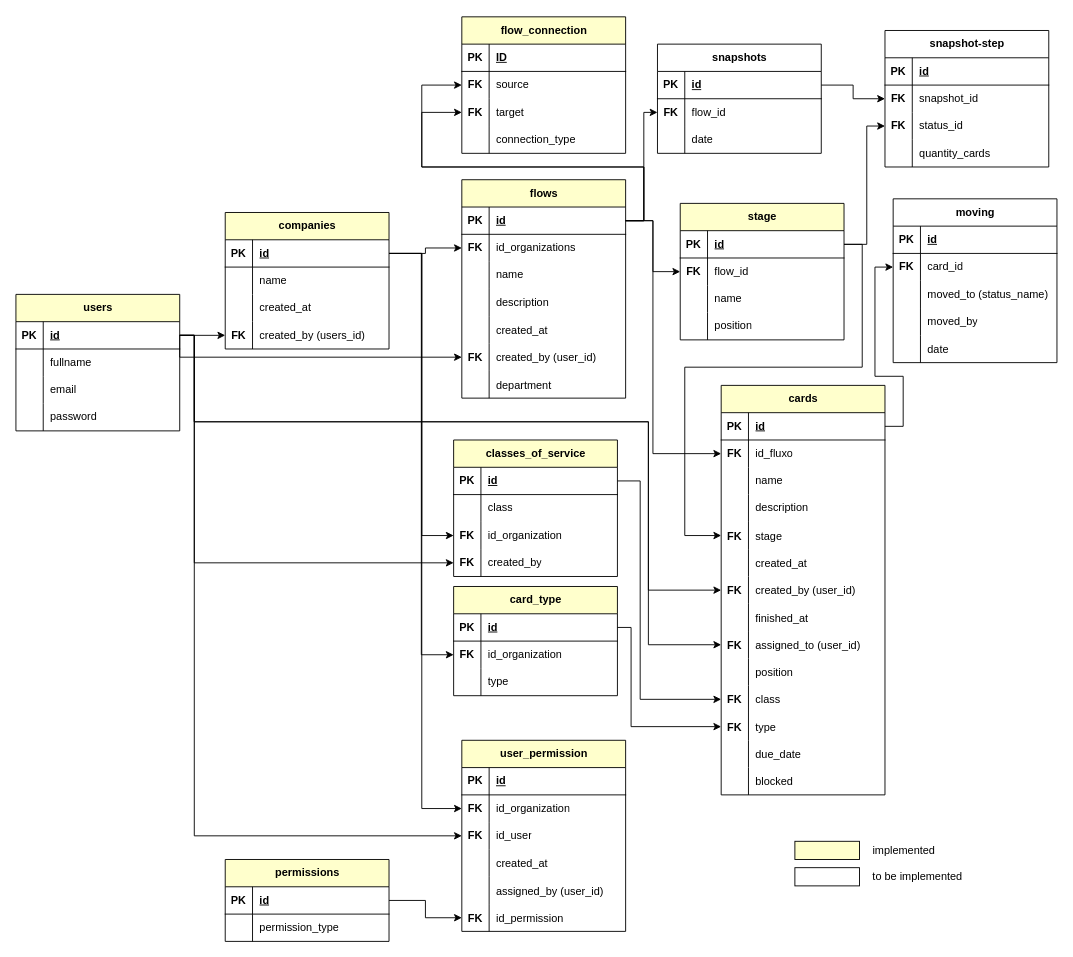
The draw.io diagram tabelas.drawio in andrechamelete/flow-management, before the edit. Source tidied: cells renumbered, new cells numbered last; positions are measured from the earlier drawing's top-left corner, leaving out a move shared by most shapes. Both pictures are drawn from the tidied source at 91%, with x=0, y=0 at pixel (15, 16).
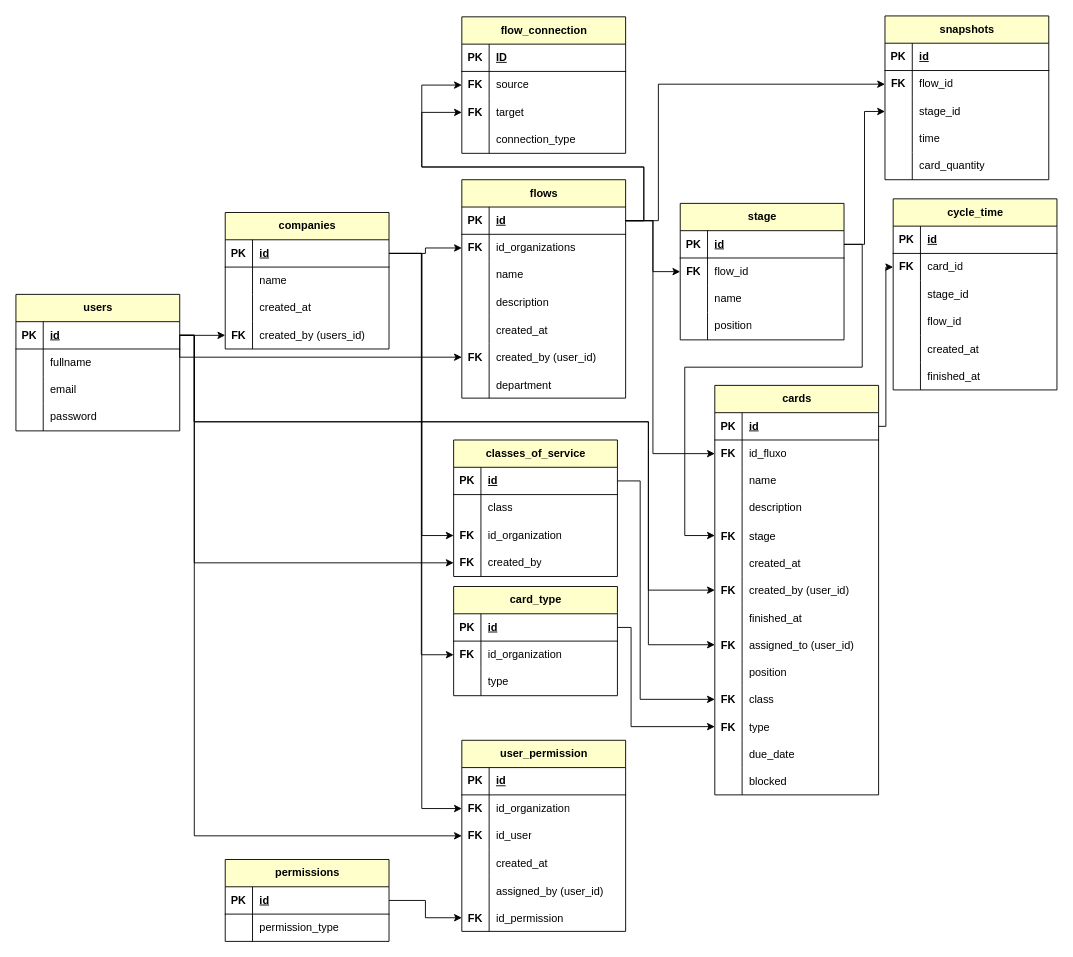
After the change.

Commit message:
updating tables schema

The change refers to these unchanged cells:
```xml
<mxCell id="29" style="shape=tableRow;horizontal=0;startSize=0;swimlaneHead=0;swimlaneBody=0;fillColor=none;points=[[0,0.5],[1,0.5]];portConstraint=eastwest;top=0;left=0;right=0;bottom=1;" parent="28" vertex="1">
  <mxGeometry y="30" width="180" height="30" as="geometry" />
</mxCell>
<mxCell id="59" style="shape=tableRow;horizontal=0;startSize=0;swimlaneHead=0;swimlaneBody=0;fillColor=none;points=[[0,0.5],[1,0.5]];portConstraint=eastwest;top=0;left=0;right=0;bottom=1;" parent="58" vertex="1">
  <mxGeometry y="30" width="180" height="30" as="geometry" />
</mxCell>
<mxCell id="102" style="shape=tableRow;horizontal=0;startSize=0;swimlaneHead=0;swimlaneBody=0;fillColor=none;points=[[0,0.5],[1,0.5]];portConstraint=eastwest;top=0;left=0;right=0;bottom=1;" parent="101" vertex="1">
  <mxGeometry y="30" width="180" height="30" as="geometry" />
</mxCell>
<mxCell id="118" style="shape=tableRow;horizontal=0;startSize=0;swimlaneHead=0;swimlaneBody=0;fillColor=none;points=[[0,0.5],[1,0.5]];portConstraint=eastwest;top=0;left=0;right=0;bottom=0;" parent="114" vertex="1">
  <mxGeometry y="60" width="180" height="30" as="geometry" />
</mxCell>
<mxCell id="121" style="shape=tableRow;horizontal=0;startSize=0;swimlaneHead=0;swimlaneBody=0;fillColor=none;top=0;left=0;right=0;bottom=0;" parent="114" vertex="1">
  <mxGeometry y="90" width="180" height="30" as="geometry" />
</mxCell>
<mxCell id="124" style="shape=tableRow;horizontal=0;startSize=0;swimlaneHead=0;swimlaneBody=0;fillColor=none;top=0;left=0;right=0;bottom=0;" parent="114" vertex="1">
  <mxGeometry y="120" width="180" height="30" as="geometry" />
</mxCell>
<mxCell id="127" style="shape=tableRow;horizontal=0;startSize=0;swimlaneHead=0;swimlaneBody=0;fillColor=none;top=0;left=0;right=0;bottom=0;" parent="114" vertex="1">
  <mxGeometry y="150" width="180" height="30" as="geometry" />
</mxCell>
<mxCell id="131" style="shape=tableRow;horizontal=0;startSize=0;swimlaneHead=0;swimlaneBody=0;fillColor=none;points=[[0,0.5],[1,0.5]];portConstraint=eastwest;top=0;left=0;right=0;bottom=1;" parent="130" vertex="1">
  <mxGeometry y="30" width="180" height="30" as="geometry" />
</mxCell>
<mxCell id="134" style="shape=tableRow;horizontal=0;startSize=0;swimlaneHead=0;swimlaneBody=0;fillColor=none;points=[[0,0.5],[1,0.5]];portConstraint=eastwest;top=0;left=0;right=0;bottom=0;" parent="130" vertex="1">
  <mxGeometry y="60" width="180" height="30" as="geometry" />
</mxCell>
<mxCell id="137" style="shape=tableRow;horizontal=0;startSize=0;swimlaneHead=0;swimlaneBody=0;fillColor=none;points=[[0,0.5],[1,0.5]];portConstraint=eastwest;top=0;left=0;right=0;bottom=0;" parent="130" vertex="1">
  <mxGeometry y="90" width="180" height="30" as="geometry" />
</mxCell>
```

Change to the diagram source:
```diff
@@
     <mxCell id="58" value="cards" style="shape=table;startSize=30;childLayout=tableLayout;rowLines=0;fontStyle=1;align=center;html=1;fillColor=#FFFFCC;" parent="1" vertex="1">
-      <mxGeometry x="775" y="405" width="180" height="450" as="geometry" />
+      <mxGeometry x="768" y="405" width="180" height="450" as="geometry" />
     </mxCell>
@@
-    <mxCell id="114" value="moving" style="shape=table;startSize=30;childLayout=tableLayout;rowLines=0;fontStyle=1;align=center;html=1;" parent="1" vertex="1">
-      <mxGeometry x="964" y="200" width="180" height="180" as="geometry" />
+    <mxCell id="114" value="cycle_time" style="shape=table;startSize=30;childLayout=tableLayout;rowLines=0;fontStyle=1;align=center;html=1;fillColor=#FFFFCC;" parent="1" vertex="1">
+      <mxGeometry x="964" y="200" width="180" height="210" as="geometry" />
     </mxCell>
@@
-    <mxCell id="123" value="moved_to (status_name)" style="shape=partialRectangle;fillColor=none;top=0;left=0;bottom=0;right=0;align=left;spacingLeft=6;overflow=hidden;whiteSpace=wrap;html=1;" parent="121" vertex="1">
+    <mxCell id="123" value="stage_id" style="shape=partialRectangle;fillColor=none;top=0;left=0;bottom=0;right=0;align=left;spacingLeft=6;overflow=hidden;whiteSpace=wrap;html=1;" parent="121" vertex="1">
       <mxGeometry x="30" width="150" height="30" as="geometry" />
     </mxCell>
@@
-    <mxCell id="126" value="moved_by" style="shape=partialRectangle;fillColor=none;top=0;left=0;bottom=0;right=0;align=left;spacingLeft=6;overflow=hidden;whiteSpace=wrap;html=1;" parent="124" vertex="1">
+    <mxCell id="126" value="flow_id" style="shape=partialRectangle;fillColor=none;top=0;left=0;bottom=0;right=0;align=left;spacingLeft=6;overflow=hidden;whiteSpace=wrap;html=1;" parent="124" vertex="1">
       <mxGeometry x="30" width="150" height="30" as="geometry" />
     </mxCell>
@@
-    <mxCell id="129" value="date" style="shape=partialRectangle;fillColor=none;top=0;left=0;bottom=0;right=0;align=left;spacingLeft=6;overflow=hidden;" parent="127" vertex="1">
+    <mxCell id="129" value="created_at" style="shape=partialRectangle;fillColor=none;top=0;left=0;bottom=0;right=0;align=left;spacingLeft=6;overflow=hidden;" parent="127" vertex="1">
       <mxGeometry x="30" width="150" height="30" as="geometry" />
     </mxCell>
+    <mxCell id="234" style="shape=tableRow;horizontal=0;startSize=0;swimlaneHead=0;swimlaneBody=0;fillColor=none;top=0;left=0;right=0;bottom=0;" parent="114" vertex="1">
+      <mxGeometry y="180" width="180" height="30" as="geometry" />
+    </mxCell>
+    <mxCell id="235" style="shape=partialRectangle;fillColor=none;top=0;left=0;bottom=0;right=0;overflow=hidden;" parent="234" vertex="1">
+      <mxGeometry width="30" height="30" as="geometry" />
+    </mxCell>
+    <mxCell id="236" value="finished_at" style="shape=partialRectangle;fillColor=none;top=0;left=0;bottom=0;right=0;align=left;spacingLeft=6;overflow=hidden;" parent="234" vertex="1">
+      <mxGeometry x="30" width="150" height="30" as="geometry" />
+    </mxCell>
-    <mxCell id="130" value="snapshots" style="shape=table;startSize=30;childLayout=tableLayout;rowLines=0;fontStyle=1;align=center;html=1;" parent="1" vertex="1">
-      <mxGeometry x="705" y="30" width="180" height="120" as="geometry" />
+    <mxCell id="130" value="snapshots" style="shape=table;startSize=30;childLayout=tableLayout;rowLines=0;fontStyle=1;align=center;html=1;fillColor=#FFFFCC;" parent="1" vertex="1">
+      <mxGeometry x="955" y="-1" width="180" height="180" as="geometry" />
     </mxCell>
@@
-    <mxCell id="139" value="date" style="shape=partialRectangle;fillColor=none;top=0;left=0;bottom=0;right=0;align=left;spacingLeft=6;overflow=hidden;whiteSpace=wrap;html=1;" parent="137" vertex="1">
+    <mxCell id="139" value="stage_id" style="shape=partialRectangle;fillColor=none;top=0;left=0;bottom=0;right=0;align=left;spacingLeft=6;overflow=hidden;whiteSpace=wrap;html=1;" parent="137" vertex="1">
       <mxGeometry x="30" width="150" height="30" as="geometry" />
     </mxCell>
+    <mxCell id="175" style="shape=tableRow;horizontal=0;startSize=0;swimlaneHead=0;swimlaneBody=0;fillColor=none;top=0;left=0;right=0;bottom=0;" parent="130" vertex="1">
+      <mxGeometry y="120" width="180" height="30" as="geometry" />
+    </mxCell>
+    <mxCell id="237" style="shape=partialRectangle;fillColor=none;top=0;left=0;bottom=0;right=0;overflow=hidden;whiteSpace=wrap;html=1;" parent="175" vertex="1">
+      <mxGeometry width="30" height="30" as="geometry" />
+    </mxCell>
+    <mxCell id="238" value="time" style="shape=partialRectangle;fillColor=none;top=0;left=0;bottom=0;right=0;align=left;spacingLeft=6;overflow=hidden;whiteSpace=wrap;html=1;" parent="175" vertex="1">
+      <mxGeometry x="30" width="150" height="30" as="geometry" />
+    </mxCell>
+    <mxCell id="239" style="shape=tableRow;horizontal=0;startSize=0;swimlaneHead=0;swimlaneBody=0;fillColor=none;top=0;left=0;right=0;bottom=0;" parent="130" vertex="1">
+      <mxGeometry y="150" width="180" height="30" as="geometry" />
+    </mxCell>
+    <mxCell id="240" style="shape=partialRectangle;fillColor=none;top=0;left=0;bottom=0;right=0;overflow=hidden;whiteSpace=wrap;html=1;" parent="239" vertex="1">
+      <mxGeometry width="30" height="30" as="geometry" />
+    </mxCell>
+    <mxCell id="241" value="card_quantity" style="shape=partialRectangle;fillColor=none;top=0;left=0;bottom=0;right=0;align=left;spacingLeft=6;overflow=hidden;whiteSpace=wrap;html=1;" parent="239" vertex="1">
+      <mxGeometry x="30" width="150" height="30" as="geometry" />
+    </mxCell>
@@
-    <mxCell id="165" value="snapshot-step" style="shape=table;startSize=30;childLayout=tableLayout;rowLines=0;fontStyle=1;align=center;html=1;" parent="1" vertex="1">
-      <mxGeometry x="955" y="15" width="180" height="150" as="geometry" />
-    </mxCell>
-    <mxCell id="166" style="shape=tableRow;horizontal=0;startSize=0;swimlaneHead=0;swimlaneBody=0;fillColor=none;top=0;left=0;right=0;bottom=1;" parent="165" vertex="1">
-      <mxGeometry y="30" width="180" height="30" as="geometry" />
-    </mxCell>
-    <mxCell id="167" value="PK" style="shape=partialRectangle;fillColor=none;top=0;left=0;bottom=0;right=0;fontStyle=1;overflow=hidden;whiteSpace=wrap;html=1;" parent="166" vertex="1">
-      <mxGeometry width="30" height="30" as="geometry" />
-    </mxCell>
-    <mxCell id="168" value="id" style="shape=partialRectangle;fillColor=none;top=0;left=0;bottom=0;right=0;align=left;spacingLeft=6;fontStyle=5;overflow=hidden;whiteSpace=wrap;html=1;" parent="166" vertex="1">
-      <mxGeometry x="30" width="150" height="30" as="geometry" />
-    </mxCell>
-    <mxCell id="169" style="shape=tableRow;horizontal=0;startSize=0;swimlaneHead=0;swimlaneBody=0;fillColor=none;points=[[0,0.5],[1,0.5]];portConstraint=eastwest;top=0;left=0;right=0;bottom=0;" parent="165" vertex="1">
-      <mxGeometry y="60" width="180" height="30" as="geometry" />
-    </mxCell>
-    <mxCell id="170" value="&lt;b&gt;FK&lt;/b&gt;" style="shape=partialRectangle;fillColor=none;top=0;left=0;bottom=0;right=0;overflow=hidden;whiteSpace=wrap;html=1;" parent="169" vertex="1">
-      <mxGeometry width="30" height="30" as="geometry" />
-    </mxCell>
-    <mxCell id="171" value="snapshot_id" style="shape=partialRectangle;fillColor=none;top=0;left=0;bottom=0;right=0;align=left;spacingLeft=6;overflow=hidden;whiteSpace=wrap;html=1;" parent="169" vertex="1">
-      <mxGeometry x="30" width="150" height="30" as="geometry" />
-    </mxCell>
-    <mxCell id="172" style="shape=tableRow;horizontal=0;startSize=0;swimlaneHead=0;swimlaneBody=0;fillColor=none;points=[[0,0.5],[1,0.5]];portConstraint=eastwest;top=0;left=0;right=0;bottom=0;" parent="165" vertex="1">
-      <mxGeometry y="90" width="180" height="30" as="geometry" />
-    </mxCell>
-    <mxCell id="173" value="&lt;b&gt;FK&lt;/b&gt;" style="shape=partialRectangle;fillColor=none;top=0;left=0;bottom=0;right=0;overflow=hidden;whiteSpace=wrap;html=1;" parent="172" vertex="1">
-      <mxGeometry width="30" height="30" as="geometry" />
-    </mxCell>
-    <mxCell id="174" value="status_id" style="shape=partialRectangle;fillColor=none;top=0;left=0;bottom=0;right=0;align=left;spacingLeft=6;overflow=hidden;whiteSpace=wrap;html=1;" parent="172" vertex="1">
-      <mxGeometry x="30" width="150" height="30" as="geometry" />
-    </mxCell>
-    <mxCell id="175" style="shape=tableRow;horizontal=0;startSize=0;swimlaneHead=0;swimlaneBody=0;fillColor=none;top=0;left=0;right=0;bottom=0;" parent="165" vertex="1">
-      <mxGeometry y="120" width="180" height="30" as="geometry" />
-    </mxCell>
-    <mxCell id="176" style="shape=partialRectangle;fillColor=none;top=0;left=0;bottom=0;right=0;overflow=hidden;whiteSpace=wrap;html=1;" parent="175" vertex="1">
-      <mxGeometry width="30" height="30" as="geometry" />
-    </mxCell>
-    <mxCell id="177" value="quantity_cards" style="shape=partialRectangle;fillColor=none;top=0;left=0;bottom=0;right=0;align=left;spacingLeft=6;overflow=hidden;whiteSpace=wrap;html=1;" parent="175" vertex="1">
-      <mxGeometry x="30" width="150" height="30" as="geometry" />
-    </mxCell>
-    <mxCell id="178" style="edgeStyle=orthogonalEdgeStyle;rounded=0;jettySize=auto;html=1;exitX=1;exitY=0.5;exitDx=0;exitDy=0;entryX=0;entryY=0.5;entryDx=0;entryDy=0;" parent="1" edge="1" source="131" target="169">
-      <mxGeometry relative="1" as="geometry" />
-    </mxCell>
@@
-    <mxCell id="180" style="edgeStyle=orthogonalEdgeStyle;rounded=0;jettySize=auto;html=1;exitX=1;exitY=0.5;exitDx=0;exitDy=0;entryX=0;entryY=0.5;entryDx=0;entryDy=0;" parent="1" edge="1" source="102" target="172">
-      <mxGeometry relative="1" as="geometry">
-        <Array as="points">
-          <mxPoint x="935" y="250" />
-          <mxPoint x="935" y="120" />
-        </Array>
-      </mxGeometry>
-    </mxCell>
-    <mxCell id="181" style="edgeStyle=orthogonalEdgeStyle;rounded=0;jettySize=auto;html=1;exitX=1;exitY=0.5;exitDx=0;exitDy=0;entryX=0;entryY=0.5;entryDx=0;entryDy=0;" parent="1" edge="1" source="59" target="118">
-      <mxGeometry relative="1" as="geometry">
-        <Array as="points">
-          <mxPoint x="975" y="450" />
-          <mxPoint x="975" y="395" />
-          <mxPoint x="944" y="395" />
-          <mxPoint x="944" y="275" />
-        </Array>
-      </mxGeometry>
-    </mxCell>
@@
-    <mxCell id="214" style="edgeStyle=orthogonalEdgeStyle;rounded=0;jettySize=auto;html=1;exitX=1;exitY=0.5;exitDx=0;exitDy=0;entryX=0;entryY=0.5;entryDx=0;entryDy=0;" parent="1" edge="1" source="29" target="134">
-      <mxGeometry relative="1" as="geometry">
-        <Array as="points">
-          <mxPoint x="690" y="224" />
-          <mxPoint x="690" y="105" />
-        </Array>
-      </mxGeometry>
-    </mxCell>
@@
-    <mxCell id="230" style="rounded=0;whiteSpace=wrap;html=1;fillColor=#FFFFCC;" parent="1" vertex="1">
-      <mxGeometry x="856" y="906" width="71" height="20" as="geometry" />
-    </mxCell>
-    <mxCell id="231" style="rounded=0;whiteSpace=wrap;html=1;" parent="1" vertex="1">
-      <mxGeometry x="856" y="935" width="71" height="20" as="geometry" />
-    </mxCell>
-    <mxCell id="232" value="implemented" style="text;html=1;align=center;verticalAlign=middle;whiteSpace=wrap;rounded=0;" parent="1" vertex="1">
-      <mxGeometry x="946" y="901" width="60" height="30" as="geometry" />
-    </mxCell>
-    <mxCell id="233" value="to be implemented" style="text;html=1;align=center;verticalAlign=middle;whiteSpace=wrap;rounded=0;" parent="1" vertex="1">
-      <mxGeometry x="936" y="930" width="110" height="30" as="geometry" />
-    </mxCell>
+    <mxCell id="242" style="edgeStyle=orthogonalEdgeStyle;rounded=0;jettySize=auto;html=1;exitX=1;exitY=0.5;exitDx=0;exitDy=0;" parent="1" edge="1" source="102" target="137">
+      <mxGeometry relative="1" as="geometry" />
+    </mxCell>
+    <mxCell id="214" style="edgeStyle=orthogonalEdgeStyle;rounded=0;jettySize=auto;html=1;exitX=1;exitY=0.5;exitDx=0;exitDy=0;entryX=0;entryY=0.5;entryDx=0;entryDy=0;" parent="1" edge="1" source="29" target="134">
+      <mxGeometry relative="1" as="geometry">
+        <Array as="points">
+          <mxPoint x="706" y="224" />
+          <mxPoint x="706" y="74" />
+        </Array>
+      </mxGeometry>
+    </mxCell>
+    <mxCell id="181" style="edgeStyle=orthogonalEdgeStyle;rounded=0;jettySize=auto;html=1;exitX=1;exitY=0.5;exitDx=0;exitDy=0;entryX=0;entryY=0.5;entryDx=0;entryDy=0;" parent="1" edge="1" source="59" target="118">
+      <mxGeometry relative="1" as="geometry">
+        <Array as="points">
+          <mxPoint x="956" y="450" />
+          <mxPoint x="956" y="275" />
+        </Array>
+      </mxGeometry>
+    </mxCell>
```
